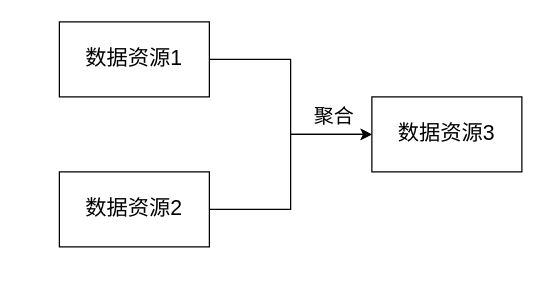
This is diagrams/数据资源衍生.drawio from cenxi/utils, a draw.io file, before an edit. Source tidied: cells renumbered, new cells numbered last; positions are measured from the earlier drawing's top-left corner, leaving out a move shared by most shapes. Both pictures are drawn from the tidied source at 125%, with x=0, y=0 at pixel (59, 21).
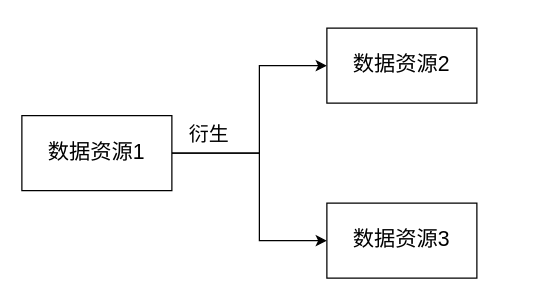
After the change.

Commit message (it also covers changes not shown here):
更新数据资源衍生.drawio

Change to the diagram source:
```diff
@@
 <mxGraphModel>
   <root>
     <mxCell id="0" />
     <mxCell id="1" parent="0" />
-    <mxCell id="2" style="edgeStyle=orthogonalEdgeStyle;rounded=0;jettySize=auto;html=1;exitX=1;exitY=0.5;exitDx=0;exitDy=0;entryX=0;entryY=0.5;entryDx=0;entryDy=0;" parent="1" edge="1" source="3" target="6">
-      <mxGeometry relative="1" as="geometry" />
-    </mxCell>
-    <mxCell id="3" value="&lt;font style=&quot;font-size: 17px;&quot;&gt;数据资源1&lt;/font&gt;" style="rounded=0;whiteSpace=wrap;html=1;" parent="1" vertex="1">
-      <mxGeometry width="120" height="60" as="geometry" />
-    </mxCell>
-    <mxCell id="4" style="edgeStyle=orthogonalEdgeStyle;rounded=0;jettySize=auto;html=1;exitX=1;exitY=0.5;exitDx=0;exitDy=0;entryX=0;entryY=0.5;entryDx=0;entryDy=0;" parent="1" edge="1" source="5" target="6">
-      <mxGeometry relative="1" as="geometry" />
-    </mxCell>
+    <mxCell id="8" style="edgeStyle=orthogonalEdgeStyle;rounded=0;jettySize=auto;html=1;exitX=1;exitY=0.5;exitDx=0;exitDy=0;entryX=0;entryY=0.5;entryDx=0;entryDy=0;" parent="1" edge="1" source="6" target="5">
+      <mxGeometry relative="1" as="geometry">
+        <Array as="points">
+          <mxPoint x="160" y="105" />
+          <mxPoint x="160" y="35" />
+        </Array>
+      </mxGeometry>
+    </mxCell>
+    <mxCell id="9" style="edgeStyle=orthogonalEdgeStyle;rounded=0;jettySize=auto;html=1;exitX=1;exitY=0.5;exitDx=0;exitDy=0;entryX=0;entryY=0.5;entryDx=0;entryDy=0;" parent="1" edge="1" source="6" target="10">
+      <mxGeometry relative="1" as="geometry">
+        <Array as="points">
+          <mxPoint x="160" y="105" />
+          <mxPoint x="160" y="175" />
+        </Array>
+      </mxGeometry>
+    </mxCell>
+    <mxCell id="6" value="&lt;font style=&quot;font-size: 17px;&quot;&gt;数据资源1&lt;/font&gt;" style="rounded=0;whiteSpace=wrap;html=1;" parent="1" vertex="1">
+      <mxGeometry x="-30" y="75" width="120" height="60" as="geometry" />
+    </mxCell>
+    <mxCell id="10" value="&lt;font style=&quot;font-size: 17px;&quot;&gt;数据资源3&lt;/font&gt;" style="rounded=0;whiteSpace=wrap;html=1;" parent="1" vertex="1">
+      <mxGeometry x="214" y="145" width="120" height="60" as="geometry" />
+    </mxCell>
     <mxCell id="5" value="&lt;font style=&quot;font-size: 17px;&quot;&gt;数据资源2&lt;/font&gt;" style="rounded=0;whiteSpace=wrap;html=1;" parent="1" vertex="1">
-      <mxGeometry y="120" width="120" height="60" as="geometry" />
+      <mxGeometry x="214" y="5" width="120" height="60" as="geometry" />
     </mxCell>
-    <mxCell id="6" value="&lt;font style=&quot;font-size: 17px;&quot;&gt;数据资源3&lt;/font&gt;" style="rounded=0;whiteSpace=wrap;html=1;" parent="1" vertex="1">
-      <mxGeometry x="250" y="60" width="120" height="60" as="geometry" />
-    </mxCell>
-    <mxCell id="7" value="&lt;font style=&quot;font-size: 16px;&quot;&gt;聚合&lt;/font&gt;" style="text;html=1;strokeColor=none;fillColor=none;align=center;verticalAlign=middle;whiteSpace=wrap;rounded=0;" parent="1" vertex="1">
-      <mxGeometry x="190" y="60" width="60" height="30" as="geometry" />
-    </mxCell>
+    <mxCell id="11" value="&lt;font style=&quot;font-size: 16px;&quot;&gt;衍生&lt;/font&gt;" style="text;html=1;strokeColor=none;fillColor=none;align=center;verticalAlign=middle;whiteSpace=wrap;rounded=0;" parent="1" vertex="1">
+      <mxGeometry x="90" y="75" width="60" height="30" as="geometry" />
+    </mxCell>
   </root>
 </mxGraphModel>
```
